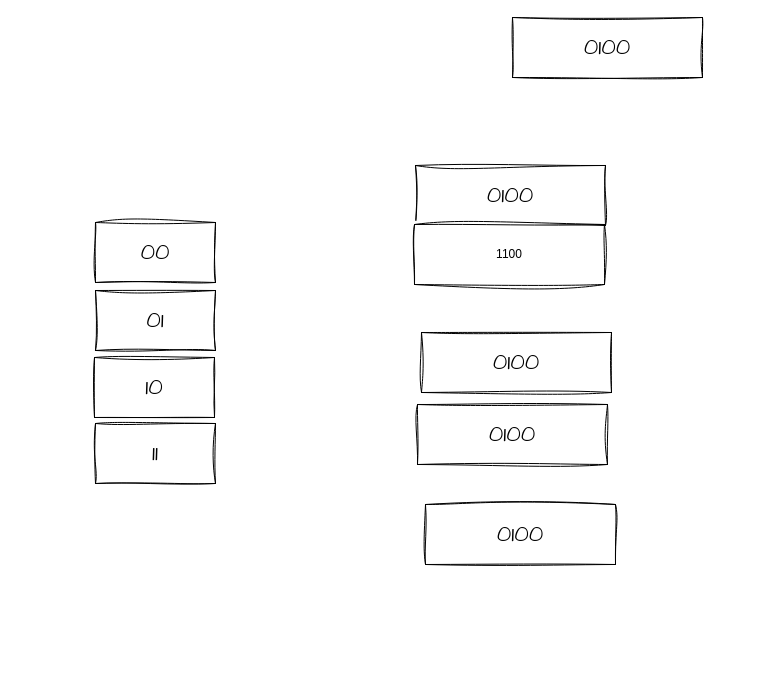
Earlier version of the draw.io diagram blog.drawio (juruo-c/DrawIo). Source tidied: cells renumbered, new cells numbered last; positions are measured from the earlier drawing's top-left corner, leaving out a move shared by most shapes. Both pictures are drawn from the tidied source at 100%, with x=0, y=0 at pixel (94, 17).
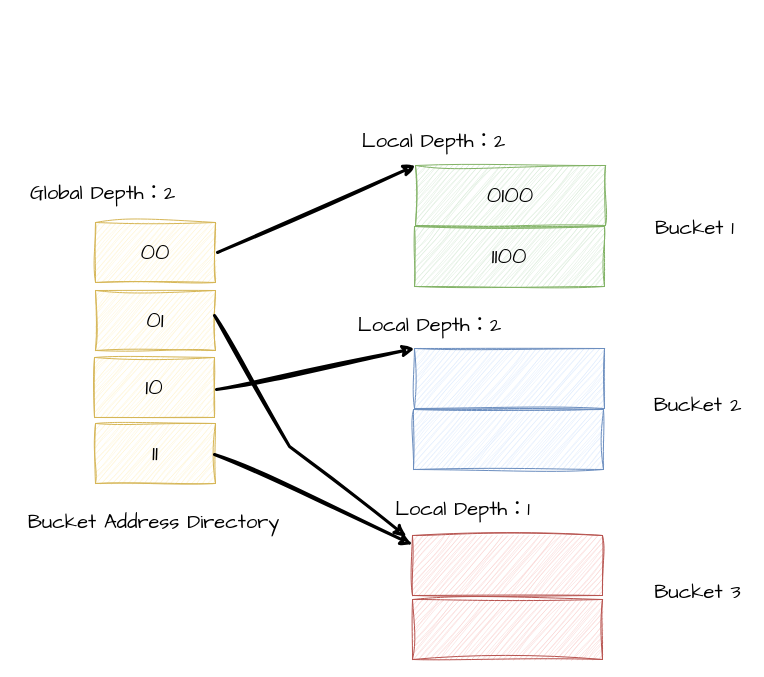
After the change.

Diff of the diagram source:
```diff
@@
-    <mxCell id="2" value="&lt;font face=&quot;Comic Sans MS&quot; style=&quot;font-size: 23px;&quot;&gt;00&lt;/font&gt;" style="rounded=0;whiteSpace=wrap;html=1;sketch=1;curveFitting=1;jiggle=2;" parent="1" vertex="1">
+    <mxCell id="2" value="&lt;font style=&quot;font-size: 23px;&quot;&gt;00&lt;/font&gt;" style="rounded=0;whiteSpace=wrap;html=1;sketch=1;curveFitting=1;jiggle=2;fontFamily=Comic Sans MS;fillColor=#fff2cc;strokeColor=#d6b656;" parent="1" vertex="1">
       <mxGeometry x="1" y="205" width="120" height="60" as="geometry" />
     </mxCell>
-    <mxCell id="3" value="&lt;font face=&quot;Comic Sans MS&quot; style=&quot;font-size: 23px;&quot;&gt;01&lt;/font&gt;" style="rounded=0;whiteSpace=wrap;html=1;sketch=1;curveFitting=1;jiggle=2;" parent="1" vertex="1">
+    <mxCell id="3" value="&lt;font style=&quot;font-size: 23px;&quot;&gt;01&lt;/font&gt;" style="rounded=0;whiteSpace=wrap;html=1;sketch=1;curveFitting=1;jiggle=2;fontFamily=Comic Sans MS;fillColor=#fff2cc;strokeColor=#d6b656;" parent="1" vertex="1">
       <mxGeometry x="1" y="273" width="120" height="60" as="geometry" />
     </mxCell>
-    <mxCell id="4" value="&lt;font face=&quot;Comic Sans MS&quot;&gt;&lt;span style=&quot;font-size: 23px;&quot;&gt;10&lt;/span&gt;&lt;/font&gt;" style="rounded=0;whiteSpace=wrap;html=1;sketch=1;curveFitting=1;jiggle=2;" parent="1" vertex="1">
+    <mxCell id="4" value="&lt;font&gt;&lt;span style=&quot;font-size: 23px;&quot;&gt;10&lt;/span&gt;&lt;/font&gt;" style="rounded=0;whiteSpace=wrap;html=1;sketch=1;curveFitting=1;jiggle=2;fontFamily=Comic Sans MS;fillColor=#fff2cc;strokeColor=#d6b656;" parent="1" vertex="1">
       <mxGeometry y="340" width="120" height="60" as="geometry" />
     </mxCell>
-    <mxCell id="5" value="&lt;font face=&quot;Comic Sans MS&quot;&gt;&lt;span style=&quot;font-size: 23px;&quot;&gt;11&lt;/span&gt;&lt;/font&gt;" style="rounded=0;whiteSpace=wrap;html=1;sketch=1;curveFitting=1;jiggle=2;" parent="1" vertex="1">
+    <mxCell id="5" value="&lt;font&gt;&lt;span style=&quot;font-size: 23px;&quot;&gt;11&lt;/span&gt;&lt;/font&gt;" style="rounded=0;whiteSpace=wrap;html=1;sketch=1;curveFitting=1;jiggle=2;fontFamily=Comic Sans MS;fillColor=#fff2cc;strokeColor=#d6b656;" parent="1" vertex="1">
       <mxGeometry x="1" y="406" width="120" height="60" as="geometry" />
     </mxCell>
-    <mxCell id="6" value="&lt;font face=&quot;Comic Sans MS&quot;&gt;&lt;span style=&quot;font-size: 23px;&quot;&gt;0100&lt;/span&gt;&lt;/font&gt;" style="rounded=0;whiteSpace=wrap;html=1;sketch=1;curveFitting=1;jiggle=2;" parent="1" vertex="1">
+    <mxCell id="6" value="&lt;font&gt;&lt;span style=&quot;font-size: 23px;&quot;&gt;0100&lt;/span&gt;&lt;/font&gt;" style="rounded=0;whiteSpace=wrap;html=1;sketch=1;curveFitting=1;jiggle=2;fontFamily=Comic Sans MS;fillColor=#d5e8d4;strokeColor=#82b366;" parent="1" vertex="1">
       <mxGeometry x="321" y="148" width="190" height="60" as="geometry" />
     </mxCell>
-    <mxCell id="7" value="&lt;font face=&quot;Comic Sans MS&quot;&gt;&lt;span style=&quot;font-size: 23px;&quot;&gt;0100&lt;/span&gt;&lt;/font&gt;" style="rounded=0;whiteSpace=wrap;html=1;sketch=1;curveFitting=1;jiggle=2;" parent="1" vertex="1">
-      <mxGeometry x="331" y="487" width="190" height="60" as="geometry" />
+    <mxCell id="7" style="rounded=0;whiteSpace=wrap;html=1;sketch=1;curveFitting=1;jiggle=2;fontFamily=Comic Sans MS;fillColor=#f8cecc;strokeColor=#b85450;" parent="1" vertex="1">
+      <mxGeometry x="318" y="518" width="190" height="60" as="geometry" />
     </mxCell>
-    <mxCell id="8" value="&lt;font face=&quot;Comic Sans MS&quot;&gt;&lt;span style=&quot;font-size: 23px;&quot;&gt;0100&lt;/span&gt;&lt;/font&gt;" style="rounded=0;whiteSpace=wrap;html=1;sketch=1;curveFitting=1;jiggle=2;" parent="1" vertex="1">
-      <mxGeometry x="418" width="190" height="60" as="geometry" />
+    <mxCell id="8" value="&lt;font&gt;&lt;span style=&quot;font-size: 23px;&quot;&gt;1100&lt;/span&gt;&lt;/font&gt;" style="rounded=0;whiteSpace=wrap;html=1;sketch=1;curveFitting=1;jiggle=2;fontFamily=Comic Sans MS;fillColor=#d5e8d4;strokeColor=#82b366;" parent="1" vertex="1">
+      <mxGeometry x="320" y="209" width="190" height="60" as="geometry" />
     </mxCell>
-    <mxCell id="9" value="1100" style="rounded=0;whiteSpace=wrap;html=1;sketch=1;curveFitting=1;jiggle=2;" parent="1" vertex="1">
-      <mxGeometry x="320" y="207" width="190" height="60" as="geometry" />
-    </mxCell>
-    <mxCell id="10" value="&lt;font face=&quot;Comic Sans MS&quot;&gt;&lt;span style=&quot;font-size: 23px;&quot;&gt;0100&lt;/span&gt;&lt;/font&gt;" style="rounded=0;whiteSpace=wrap;html=1;sketch=1;curveFitting=1;jiggle=2;" parent="1" vertex="1">
-      <mxGeometry x="327" y="315" width="190" height="60" as="geometry" />
+    <mxCell id="10" style="rounded=0;whiteSpace=wrap;html=1;sketch=1;curveFitting=1;jiggle=2;fontFamily=Comic Sans MS;fillColor=#dae8fc;strokeColor=#6c8ebf;" parent="1" vertex="1">
+      <mxGeometry x="320" y="331" width="190" height="60" as="geometry" />
     </mxCell>
-    <mxCell id="11" value="&lt;font face=&quot;Comic Sans MS&quot;&gt;&lt;span style=&quot;font-size: 23px;&quot;&gt;0100&lt;/span&gt;&lt;/font&gt;" style="rounded=0;whiteSpace=wrap;html=1;sketch=1;curveFitting=1;jiggle=2;" parent="1" vertex="1">
-      <mxGeometry x="323" y="387" width="190" height="60" as="geometry" />
+    <mxCell id="11" style="rounded=0;whiteSpace=wrap;html=1;sketch=1;curveFitting=1;jiggle=2;fontFamily=Comic Sans MS;fillColor=#dae8fc;strokeColor=#6c8ebf;" parent="1" vertex="1">
+      <mxGeometry x="319" y="392" width="190" height="60" as="geometry" />
     </mxCell>
+    <mxCell id="12" value="&lt;font style=&quot;font-size: 20px;&quot;&gt;Global Depth：2&lt;/font&gt;" style="text;html=1;align=center;verticalAlign=middle;strokeColor=none;fillColor=none;fontFamily=Comic Sans MS;" parent="1" vertex="1">
+      <mxGeometry x="-77" y="157" width="170" height="36" as="geometry" />
+    </mxCell>
+    <mxCell id="13" style="rounded=0;whiteSpace=wrap;html=1;sketch=1;curveFitting=1;jiggle=2;fontFamily=Comic Sans MS;fillColor=#f8cecc;strokeColor=#b85450;" parent="1" vertex="1">
+      <mxGeometry x="318" y="582" width="190" height="60" as="geometry" />
+    </mxCell>
+    <mxCell id="14" value="&lt;font style=&quot;font-size: 20px;&quot;&gt;Local Depth：2&lt;/font&gt;" style="text;html=1;align=center;verticalAlign=middle;strokeColor=none;fillColor=none;fontFamily=Comic Sans MS;" parent="1" vertex="1">
+      <mxGeometry x="258" y="105" width="161" height="36" as="geometry" />
+    </mxCell>
+    <mxCell id="15" value="&lt;font style=&quot;font-size: 20px;&quot;&gt;Local Depth：2&lt;/font&gt;" style="text;html=1;align=center;verticalAlign=middle;strokeColor=none;fillColor=none;fontFamily=Comic Sans MS;" parent="1" vertex="1">
+      <mxGeometry x="254" y="289" width="161" height="36" as="geometry" />
+    </mxCell>
+    <mxCell id="16" value="&lt;font style=&quot;font-size: 20px;&quot;&gt;Local Depth：1&lt;/font&gt;" style="text;html=1;align=center;verticalAlign=middle;strokeColor=none;fillColor=none;fontFamily=Comic Sans MS;" parent="1" vertex="1">
+      <mxGeometry x="289" y="473" width="158" height="36" as="geometry" />
+    </mxCell>
+    <mxCell id="17" style="endArrow=classic;html=1;rounded=0;sketch=1;curveFitting=1;jiggle=2;entryX=0;entryY=0;entryDx=0;entryDy=0;strokeWidth=3;" parent="1" edge="1" target="6">
+      <mxGeometry relative="1" as="geometry">
+        <mxPoint x="123" y="235" as="sourcePoint" />
+      </mxGeometry>
+    </mxCell>
+    <mxCell id="18" style="endArrow=classic;html=1;rounded=0;sketch=1;curveFitting=1;jiggle=2;entryX=-0.032;entryY=0.017;entryDx=0;entryDy=0;strokeWidth=3;entryPerimeter=0;" parent="1" edge="1" target="7">
+      <mxGeometry relative="1" as="geometry">
+        <mxPoint x="120" y="298" as="sourcePoint" />
+        <Array as="points">
+          <mxPoint x="195" y="429" />
+        </Array>
+      </mxGeometry>
+    </mxCell>
+    <mxCell id="19" style="endArrow=classic;html=1;rounded=0;sketch=1;curveFitting=1;jiggle=2;entryX=0;entryY=0;entryDx=0;entryDy=0;strokeWidth=3;" parent="1" edge="1" target="10">
+      <mxGeometry relative="1" as="geometry">
+        <mxPoint x="122" y="372" as="sourcePoint" />
+      </mxGeometry>
+    </mxCell>
+    <mxCell id="20" style="endArrow=classic;html=1;rounded=0;sketch=1;curveFitting=1;jiggle=2;strokeWidth=3;entryX=0;entryY=0.15;entryDx=0;entryDy=0;entryPerimeter=0;" parent="1" edge="1" target="7">
+      <mxGeometry relative="1" as="geometry">
+        <mxPoint x="120" y="437" as="sourcePoint" />
+      </mxGeometry>
+    </mxCell>
+    <mxCell id="21" value="&lt;font style=&quot;font-size: 20px;&quot;&gt;Bucket 1&lt;/font&gt;" style="text;html=1;align=center;verticalAlign=middle;strokeColor=none;fillColor=none;fontFamily=Comic Sans MS;" parent="1" vertex="1">
+      <mxGeometry x="551" y="192" width="97" height="36" as="geometry" />
+    </mxCell>
+    <mxCell id="22" value="&lt;font style=&quot;font-size: 20px;&quot;&gt;Bucket 2&lt;/font&gt;" style="text;html=1;align=center;verticalAlign=middle;strokeColor=none;fillColor=none;fontFamily=Comic Sans MS;" parent="1" vertex="1">
+      <mxGeometry x="552" y="369" width="101" height="36" as="geometry" />
+    </mxCell>
+    <mxCell id="23" value="&lt;font style=&quot;font-size: 20px;&quot;&gt;Bucket 3&lt;/font&gt;" style="text;html=1;align=center;verticalAlign=middle;strokeColor=none;fillColor=none;fontFamily=Comic Sans MS;" parent="1" vertex="1">
+      <mxGeometry x="552" y="556" width="101" height="36" as="geometry" />
+    </mxCell>
+    <mxCell id="24" value="&lt;font style=&quot;font-size: 20px;&quot;&gt;Bucket Address Directory&lt;/font&gt;" style="text;html=1;align=center;verticalAlign=middle;strokeColor=none;fillColor=none;fontFamily=Comic Sans MS;" parent="1" vertex="1">
+      <mxGeometry x="-73" y="486" width="263" height="36" as="geometry" />
+    </mxCell>
```
